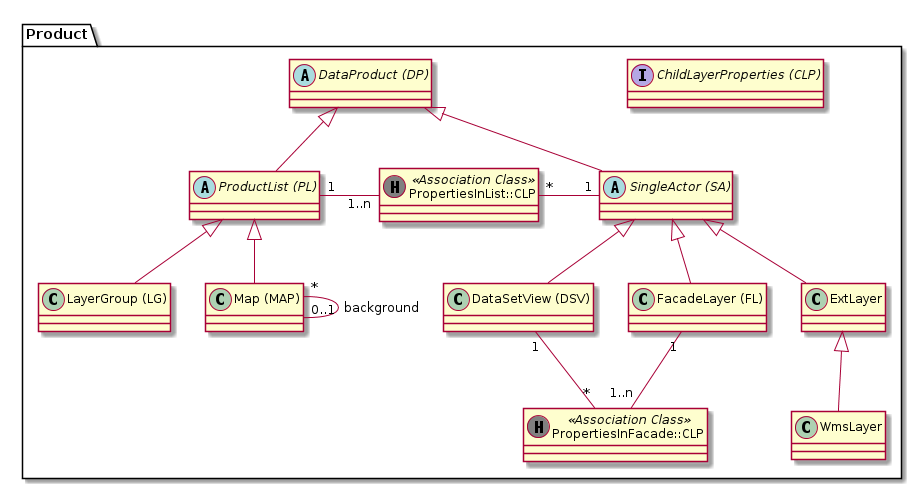
Earlier version of the PlantUML export code/doc/puml/rendered/product.png (sogis/simi).
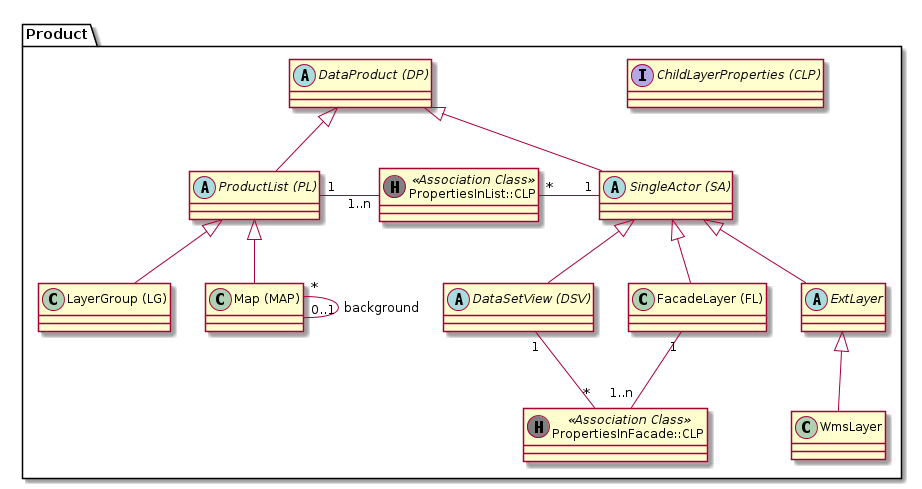
The same diagram one commit later.

Change to the diagram source:
```diff
@@ -9,8 +9,8 @@
 
   abstract class "SingleActor (SA)" as sa
   class "FacadeLayer (FL)" as fl
-  class "DataSetView (DSV)" as dsv
-  class "ExtLayer" as el
+  abstract class "DataSetView (DSV)" as dsv
+  abstract class "ExtLayer" as el
   class "WmsLayer" as wl
 
   class "PropertiesInFacade::CLP" as pif << (H, grey) Association Class >>
```
